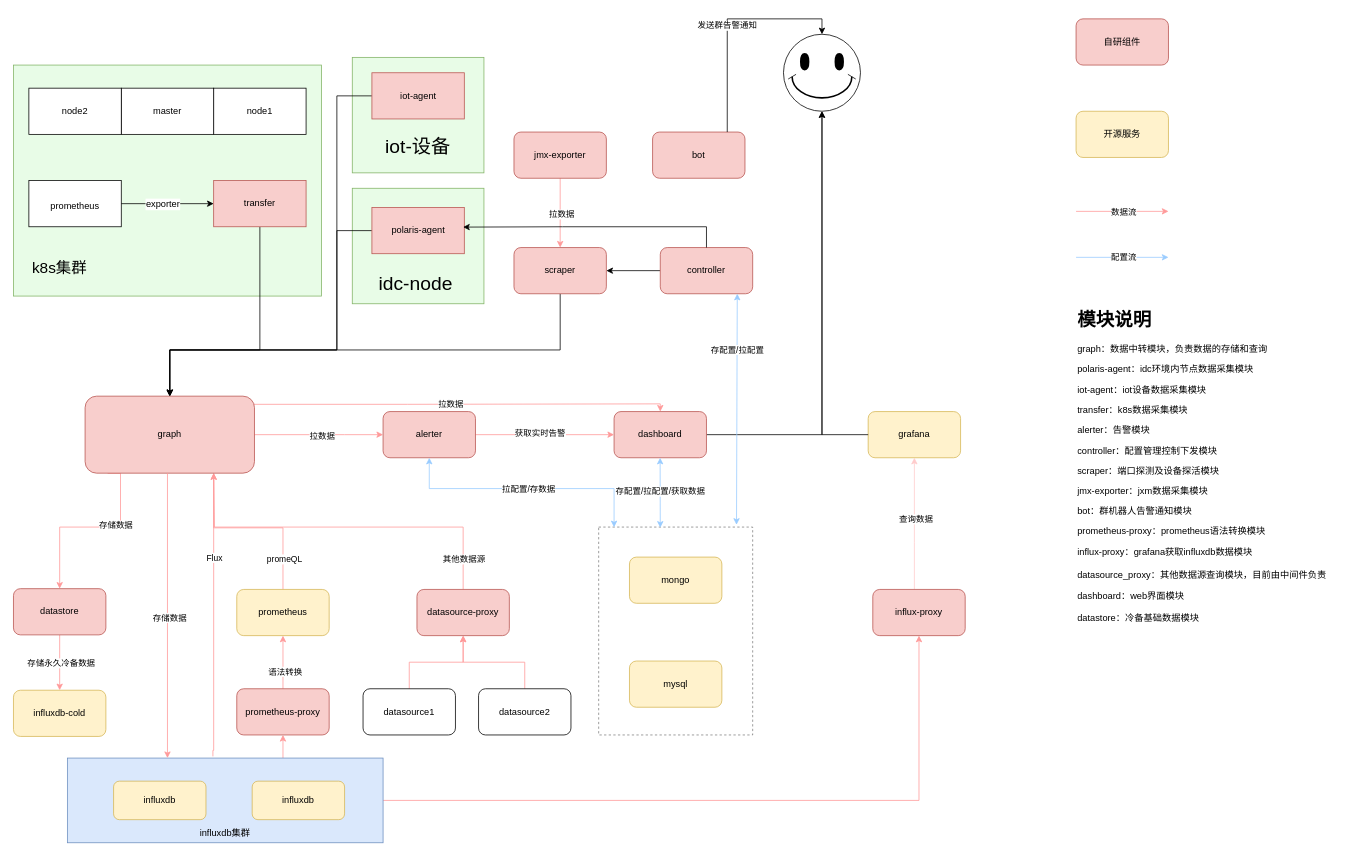
wupei-w/diagrams keeps this draw.io diagram as polaris框架.drawio. Above is the earlier version. Source tidied: cells renumbered, new cells numbered last; positions are measured from the earlier drawing's top-left corner, leaving out a move shared by most shapes. Both pictures are drawn from the tidied source at 77%, with x=0, y=0 at pixel (13, 18).
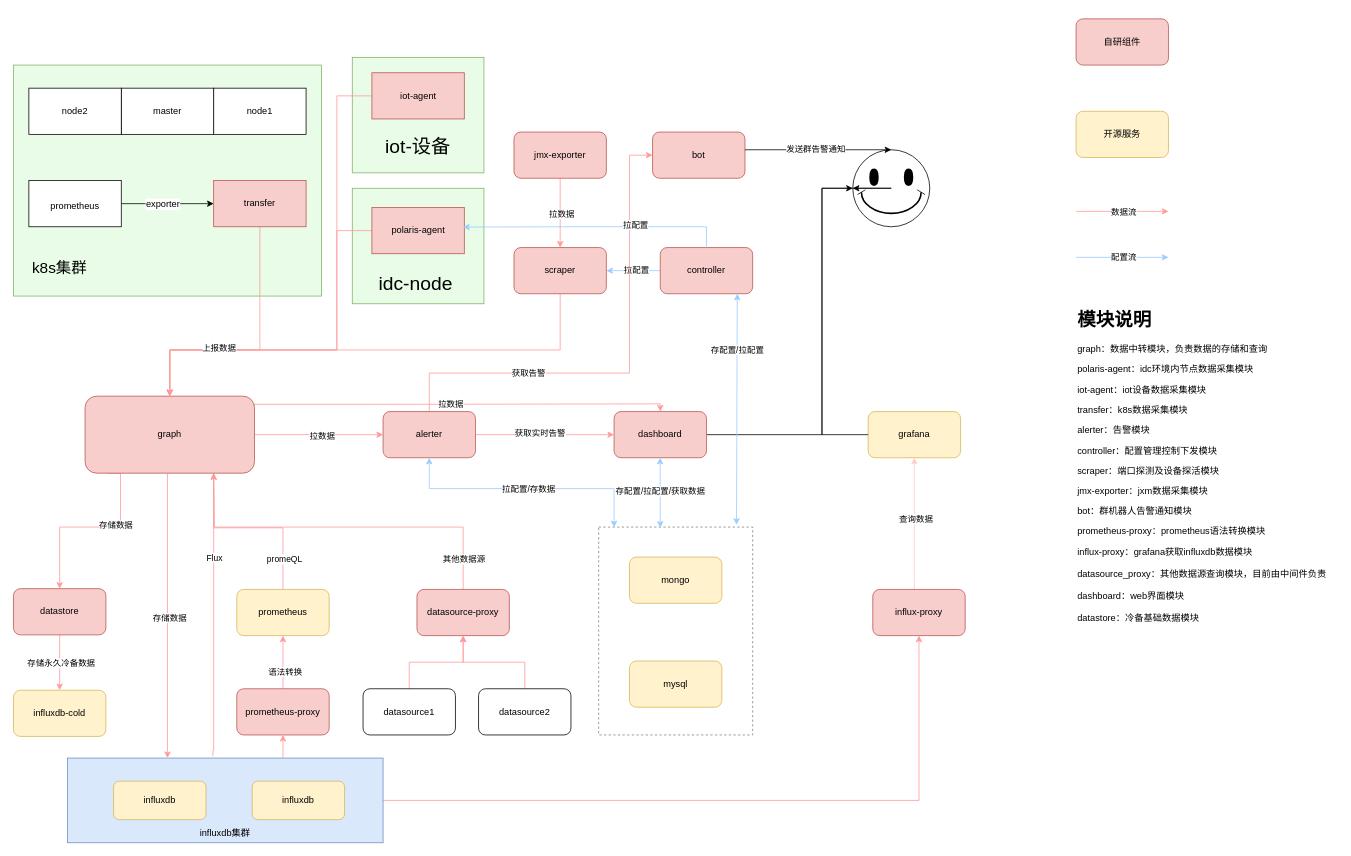
The same page after the edit.

Unchanged cells that the change refers to:
```xml
<mxCell id="20" value="graph" style="rounded=1;whiteSpace=wrap;html=1;fillColor=#f8cecc;strokeColor=#b85450;" parent="1" vertex="1">
  <mxGeometry x="93" y="490" width="220" height="100" as="geometry" />
</mxCell>
<mxCell id="40" value="grafana" style="rounded=1;whiteSpace=wrap;html=1;fillColor=#fff2cc;strokeColor=#d6b656;" parent="1" vertex="1">
  <mxGeometry x="1110" y="510" width="120" height="60" as="geometry" />
</mxCell>
<mxCell id="42" value="scraper" style="rounded=1;whiteSpace=wrap;html=1;fillColor=#f8cecc;strokeColor=#b85450;" parent="1" vertex="1">
  <mxGeometry x="650" y="297" width="120" height="60" as="geometry" />
</mxCell>
<mxCell id="53" value="transfer" style="rounded=0;whiteSpace=wrap;html=1;fillColor=#f8cecc;strokeColor=#b85450;" parent="1" vertex="1">
  <mxGeometry x="260" y="210" width="120" height="60" as="geometry" />
</mxCell>
<mxCell id="60" value="polaris-agent" style="rounded=0;whiteSpace=wrap;html=1;fillColor=#f8cecc;strokeColor=#b85450;" parent="1" vertex="1">
  <mxGeometry x="465.5" y="245" width="120" height="60" as="geometry" />
</mxCell>
<mxCell id="64" value="iot-agent" style="rounded=0;whiteSpace=wrap;html=1;fillColor=#f8cecc;strokeColor=#b85450;" parent="1" vertex="1">
  <mxGeometry x="465.5" y="70" width="120" height="60" as="geometry" />
</mxCell>
<mxCell id="66" value="controller" style="rounded=1;whiteSpace=wrap;html=1;fillColor=#f8cecc;strokeColor=#b85450;" parent="1" vertex="1">
  <mxGeometry x="840" y="297" width="120" height="60" as="geometry" />
</mxCell>
<mxCell id="80" value="bot" style="rounded=1;whiteSpace=wrap;html=1;fillColor=#f8cecc;strokeColor=#b85450;" parent="1" vertex="1">
  <mxGeometry x="830" y="147" width="120" height="60" as="geometry" />
</mxCell>
<mxCell id="84" value="alerter" style="rounded=1;whiteSpace=wrap;html=1;fillColor=#f8cecc;strokeColor=#b85450;" parent="1" vertex="1">
  <mxGeometry x="480" y="510" width="120" height="60" as="geometry" />
</mxCell>
```

Change to the diagram source:
```diff
@@
-    <mxCell id="41" style="edgeStyle=orthogonalEdgeStyle;rounded=0;jettySize=auto;html=1;entryX=0.5;entryY=0;entryDx=0;entryDy=0;" parent="1" edge="1" source="42" target="20">
+    <mxCell id="41" style="edgeStyle=orthogonalEdgeStyle;rounded=0;jettySize=auto;html=1;entryX=0.5;entryY=0;entryDx=0;entryDy=0;strokeColor=#FF9999;" parent="1" edge="1" source="42" target="20">
       <mxGeometry relative="1" as="geometry">
         <Array as="points">
           <mxPoint x="710" y="430" />
           <mxPoint x="203" y="430" />
         </Array>
       </mxGeometry>
     </mxCell>
@@
-    <mxCell id="52" style="edgeStyle=orthogonalEdgeStyle;rounded=0;jettySize=auto;html=1;" parent="1" edge="1" source="53" target="20">
+    <mxCell id="52" style="edgeStyle=orthogonalEdgeStyle;rounded=0;jettySize=auto;html=1;strokeColor=#FF9999;" parent="1" edge="1" source="53" target="20">
       <mxGeometry relative="1" as="geometry">
         <Array as="points">
           <mxPoint x="320" y="430" />
           <mxPoint x="203" y="430" />
         </Array>
       </mxGeometry>
     </mxCell>
@@
-    <mxCell id="59" style="edgeStyle=orthogonalEdgeStyle;rounded=0;jettySize=auto;html=1;entryX=0.5;entryY=0;entryDx=0;entryDy=0;" parent="1" edge="1" source="60" target="20">
+    <mxCell id="59" style="edgeStyle=orthogonalEdgeStyle;rounded=0;jettySize=auto;html=1;entryX=0.5;entryY=0;entryDx=0;entryDy=0;strokeColor=#FF9999;" parent="1" edge="1" source="60" target="20">
       <mxGeometry relative="1" as="geometry">
         <Array as="points">
           <mxPoint x="420" y="275" />
           <mxPoint x="420" y="430" />
           <mxPoint x="203" y="430" />
         </Array>
       </mxGeometry>
     </mxCell>
@@
     <mxCell id="61" style="verticalLabelPosition=bottom;verticalAlign=top;html=1;shape=mxgraph.basic.smiley;" parent="1" vertex="1">
-      <mxGeometry x="1000" y="20" width="100" height="100" as="geometry" />
+      <mxGeometry x="1090" y="170" width="100" height="100" as="geometry" />
     </mxCell>
@@
-    <mxCell id="63" style="edgeStyle=orthogonalEdgeStyle;rounded=0;jettySize=auto;html=1;entryX=0.5;entryY=0;entryDx=0;entryDy=0;" parent="1" edge="1" source="64" target="20">
+    <mxCell id="63" style="edgeStyle=orthogonalEdgeStyle;rounded=0;jettySize=auto;html=1;entryX=0.5;entryY=0;entryDx=0;entryDy=0;strokeColor=#FF9999;" parent="1" edge="1" source="64" target="20">
       <mxGeometry relative="1" as="geometry">
         <Array as="points">
           <mxPoint x="420" y="100" />
           <mxPoint x="420" y="430" />
           <mxPoint x="203" y="430" />
         </Array>
       </mxGeometry>
     </mxCell>
+    <mxCell id="92" value="上报数据" style="edgeLabel;html=1;align=center;verticalAlign=middle;" parent="63" vertex="1">
+      <mxGeometry x="0.62" y="-3" relative="1" as="geometry" />
+    </mxCell>
@@
-    <mxCell id="65" style="edgeStyle=orthogonalEdgeStyle;rounded=0;jettySize=auto;html=1;" parent="1" edge="1" source="66" target="42">
+    <mxCell id="65" style="edgeStyle=orthogonalEdgeStyle;rounded=0;jettySize=auto;html=1;strokeColor=#99CCFF;" parent="1" edge="1" source="66" target="42">
       <mxGeometry relative="1" as="geometry" />
     </mxCell>
+    <mxCell id="93" value="拉配置" style="edgeLabel;html=1;align=center;verticalAlign=middle;" parent="65" vertex="1">
+      <mxGeometry x="-0.09" y="-2" relative="1" as="geometry" />
+    </mxCell>
@@
-    <mxCell id="67" style="edgeStyle=orthogonalEdgeStyle;rounded=0;jettySize=auto;html=1;entryX=0.5;entryY=1;entryDx=0;entryDy=0;entryPerimeter=0;" parent="1" edge="1" source="40" target="61">
+    <mxCell id="67" style="edgeStyle=orthogonalEdgeStyle;rounded=0;jettySize=auto;html=1;" parent="1" edge="1" source="40">
       <mxGeometry relative="1" as="geometry">
+        <mxPoint x="1090" y="220" as="targetPoint" />
         <Array as="points">
           <mxPoint x="1050" y="540" />
+          <mxPoint x="1050" y="220" />
+          <mxPoint x="1140" y="220" />
         </Array>
       </mxGeometry>
     </mxCell>
@@
     <mxCell id="81" style="edgeStyle=orthogonalEdgeStyle;rounded=0;jettySize=auto;html=1;entryX=0.5;entryY=0;entryDx=0;entryDy=0;entryPerimeter=0;" parent="1" edge="1" source="80" target="61">
       <mxGeometry relative="1" as="geometry">
         <Array as="points">
-          <mxPoint x="927" />
-          <mxPoint x="1050" />
+          <mxPoint x="980" y="170" />
+          <mxPoint x="980" y="170" />
         </Array>
       </mxGeometry>
     </mxCell>
@@
+    <mxCell id="94" style="edgeStyle=orthogonalEdgeStyle;rounded=0;jettySize=auto;html=1;entryX=0;entryY=0.5;entryDx=0;entryDy=0;strokeColor=#FF9999;" parent="1" edge="1" source="84" target="80">
+      <mxGeometry relative="1" as="geometry">
+        <Array as="points">
+          <mxPoint x="540" y="460" />
+          <mxPoint x="800" y="460" />
+          <mxPoint x="800" y="177" />
+        </Array>
+      </mxGeometry>
+    </mxCell>
+    <mxCell id="95" value="获取告警" style="edgeLabel;html=1;align=center;verticalAlign=middle;" parent="94" vertex="1">
+      <mxGeometry x="-0.43" y="1" relative="1" as="geometry" />
+    </mxCell>
@@
-    <mxCell id="89" style="edgeStyle=orthogonalEdgeStyle;rounded=0;jettySize=auto;html=1;entryX=0.987;entryY=0.424;entryDx=0;entryDy=0;entryPerimeter=0;" parent="1" edge="1" source="66" target="60">
+    <mxCell id="89" style="edgeStyle=orthogonalEdgeStyle;rounded=0;jettySize=auto;html=1;entryX=0.987;entryY=0.424;entryDx=0;entryDy=0;entryPerimeter=0;strokeColor=#99CCFF;" parent="1" edge="1" source="66" target="60">
       <mxGeometry relative="1" as="geometry">
         <Array as="points">
           <mxPoint x="900" y="270" />
           <mxPoint x="713" y="270" />
         </Array>
       </mxGeometry>
     </mxCell>
+    <mxCell id="96" value="拉配置" style="edgeLabel;html=1;align=center;verticalAlign=middle;" parent="89" vertex="1">
+      <mxGeometry x="-0.3" y="-3" relative="1" as="geometry" />
+    </mxCell>
```
